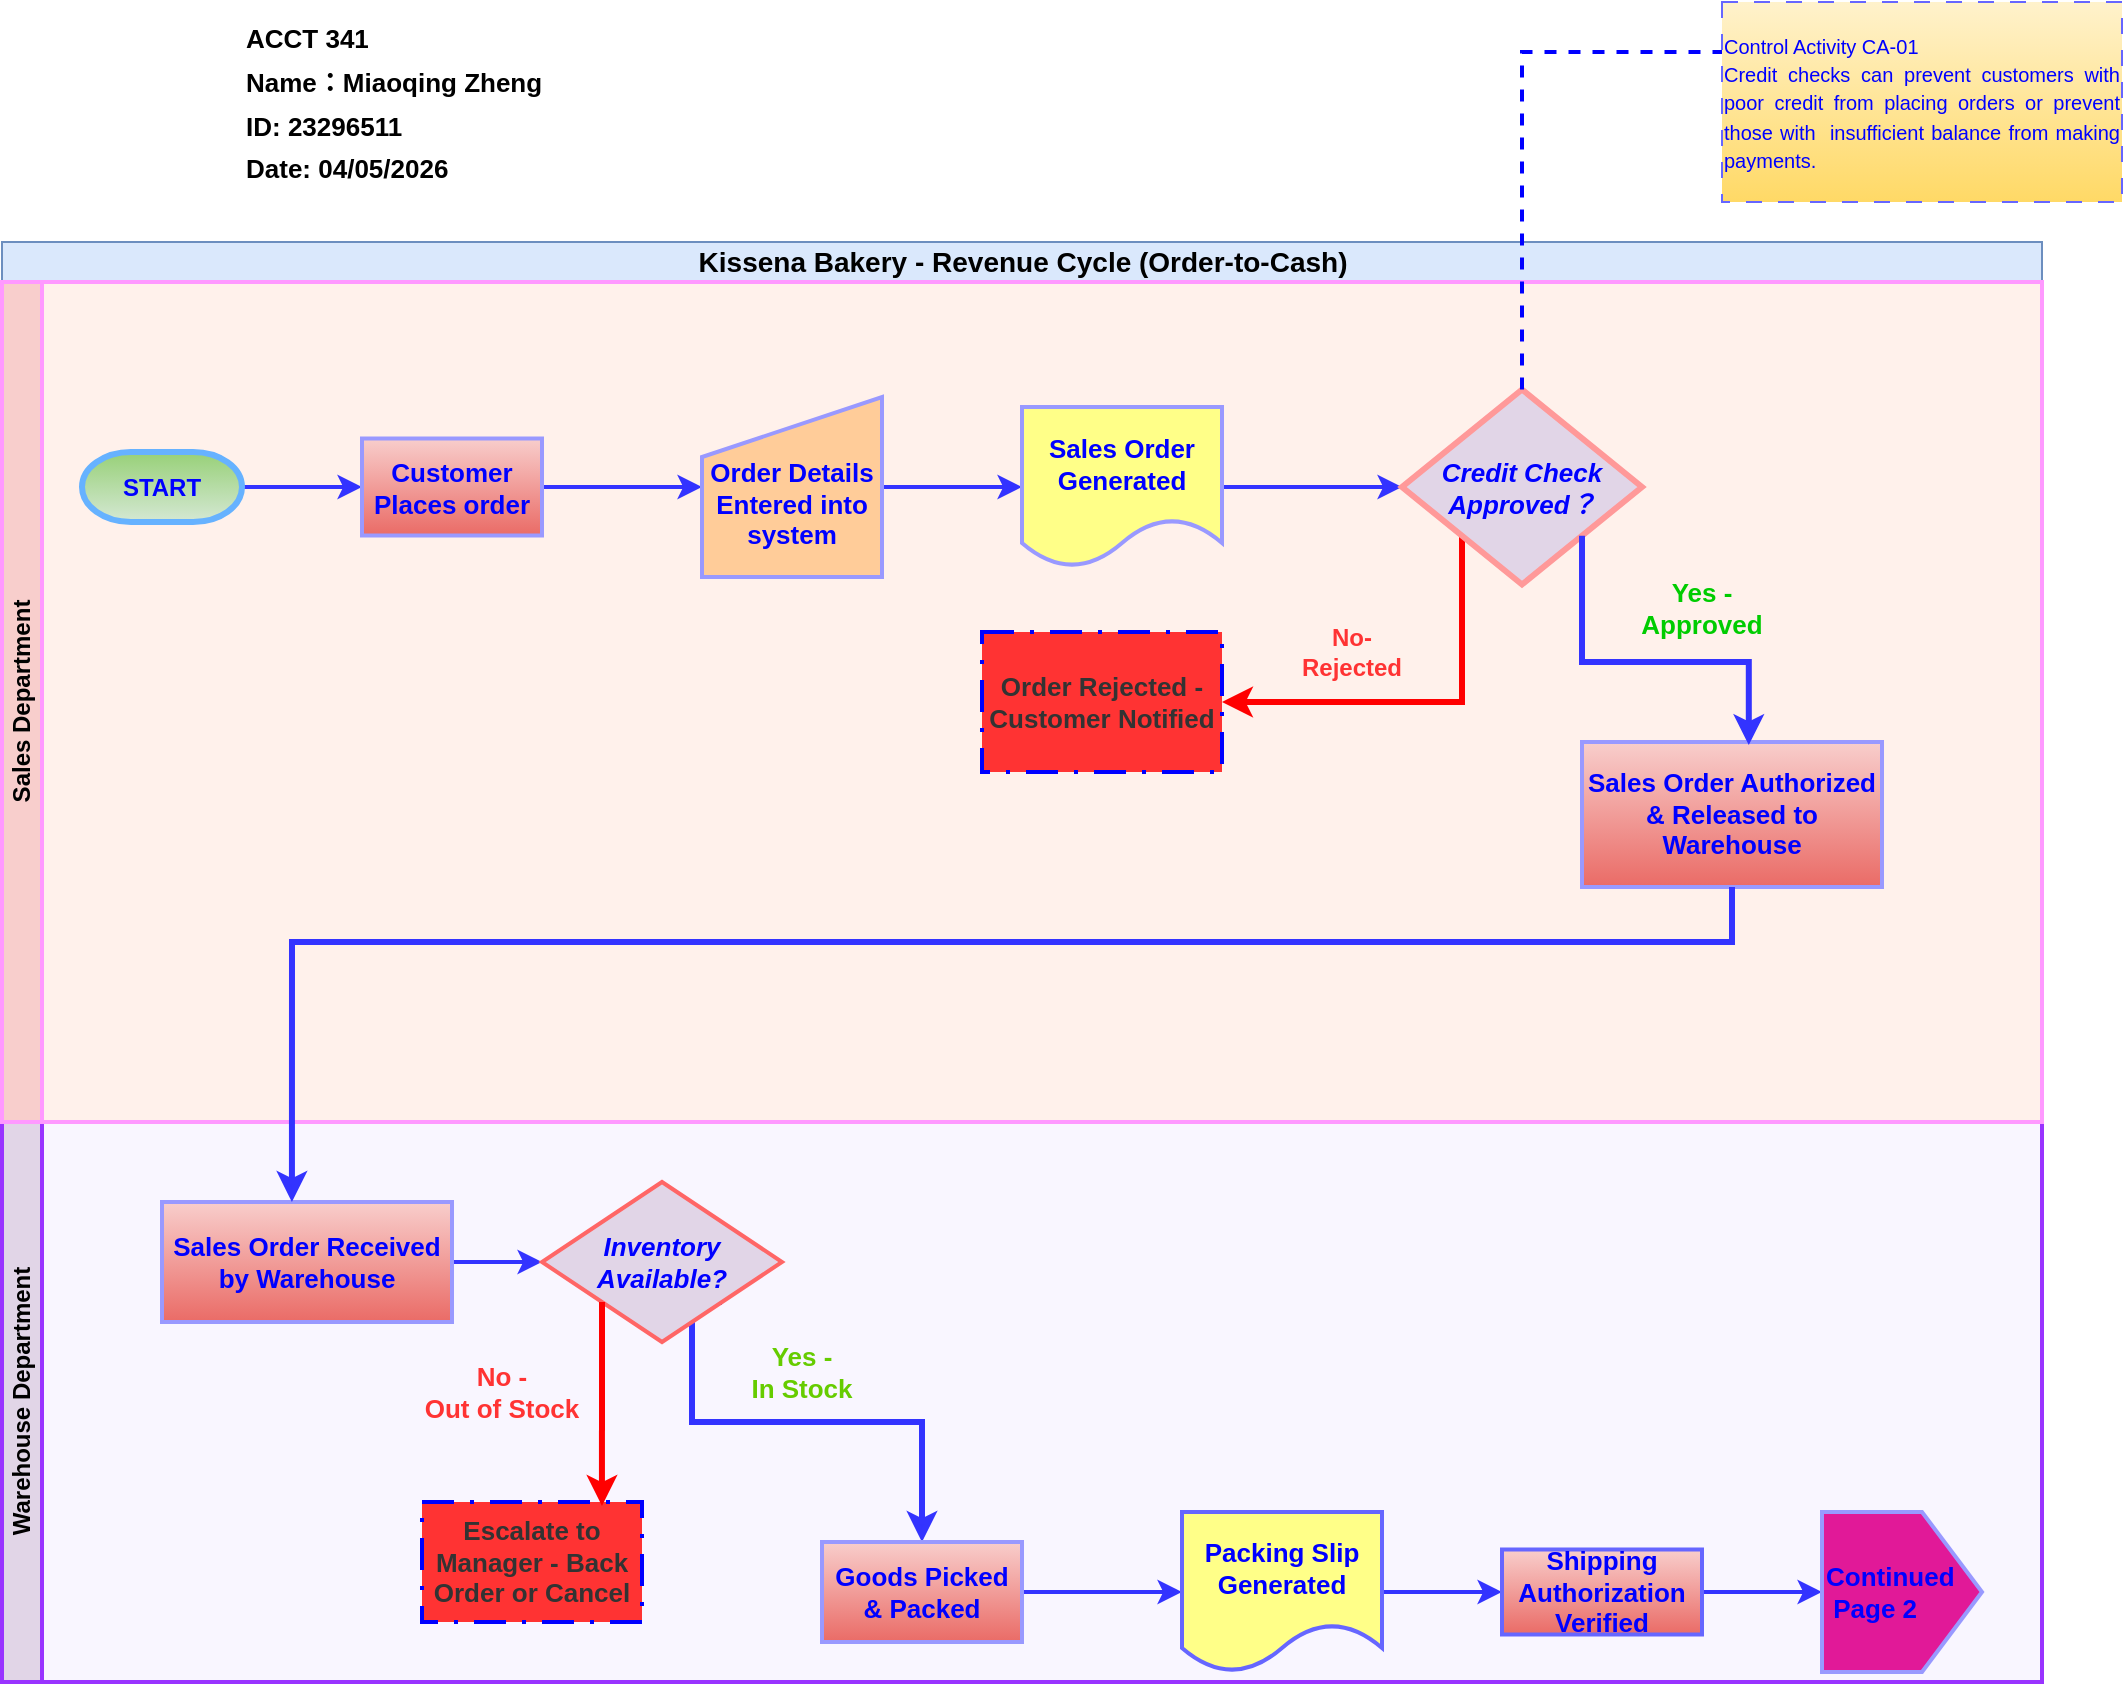
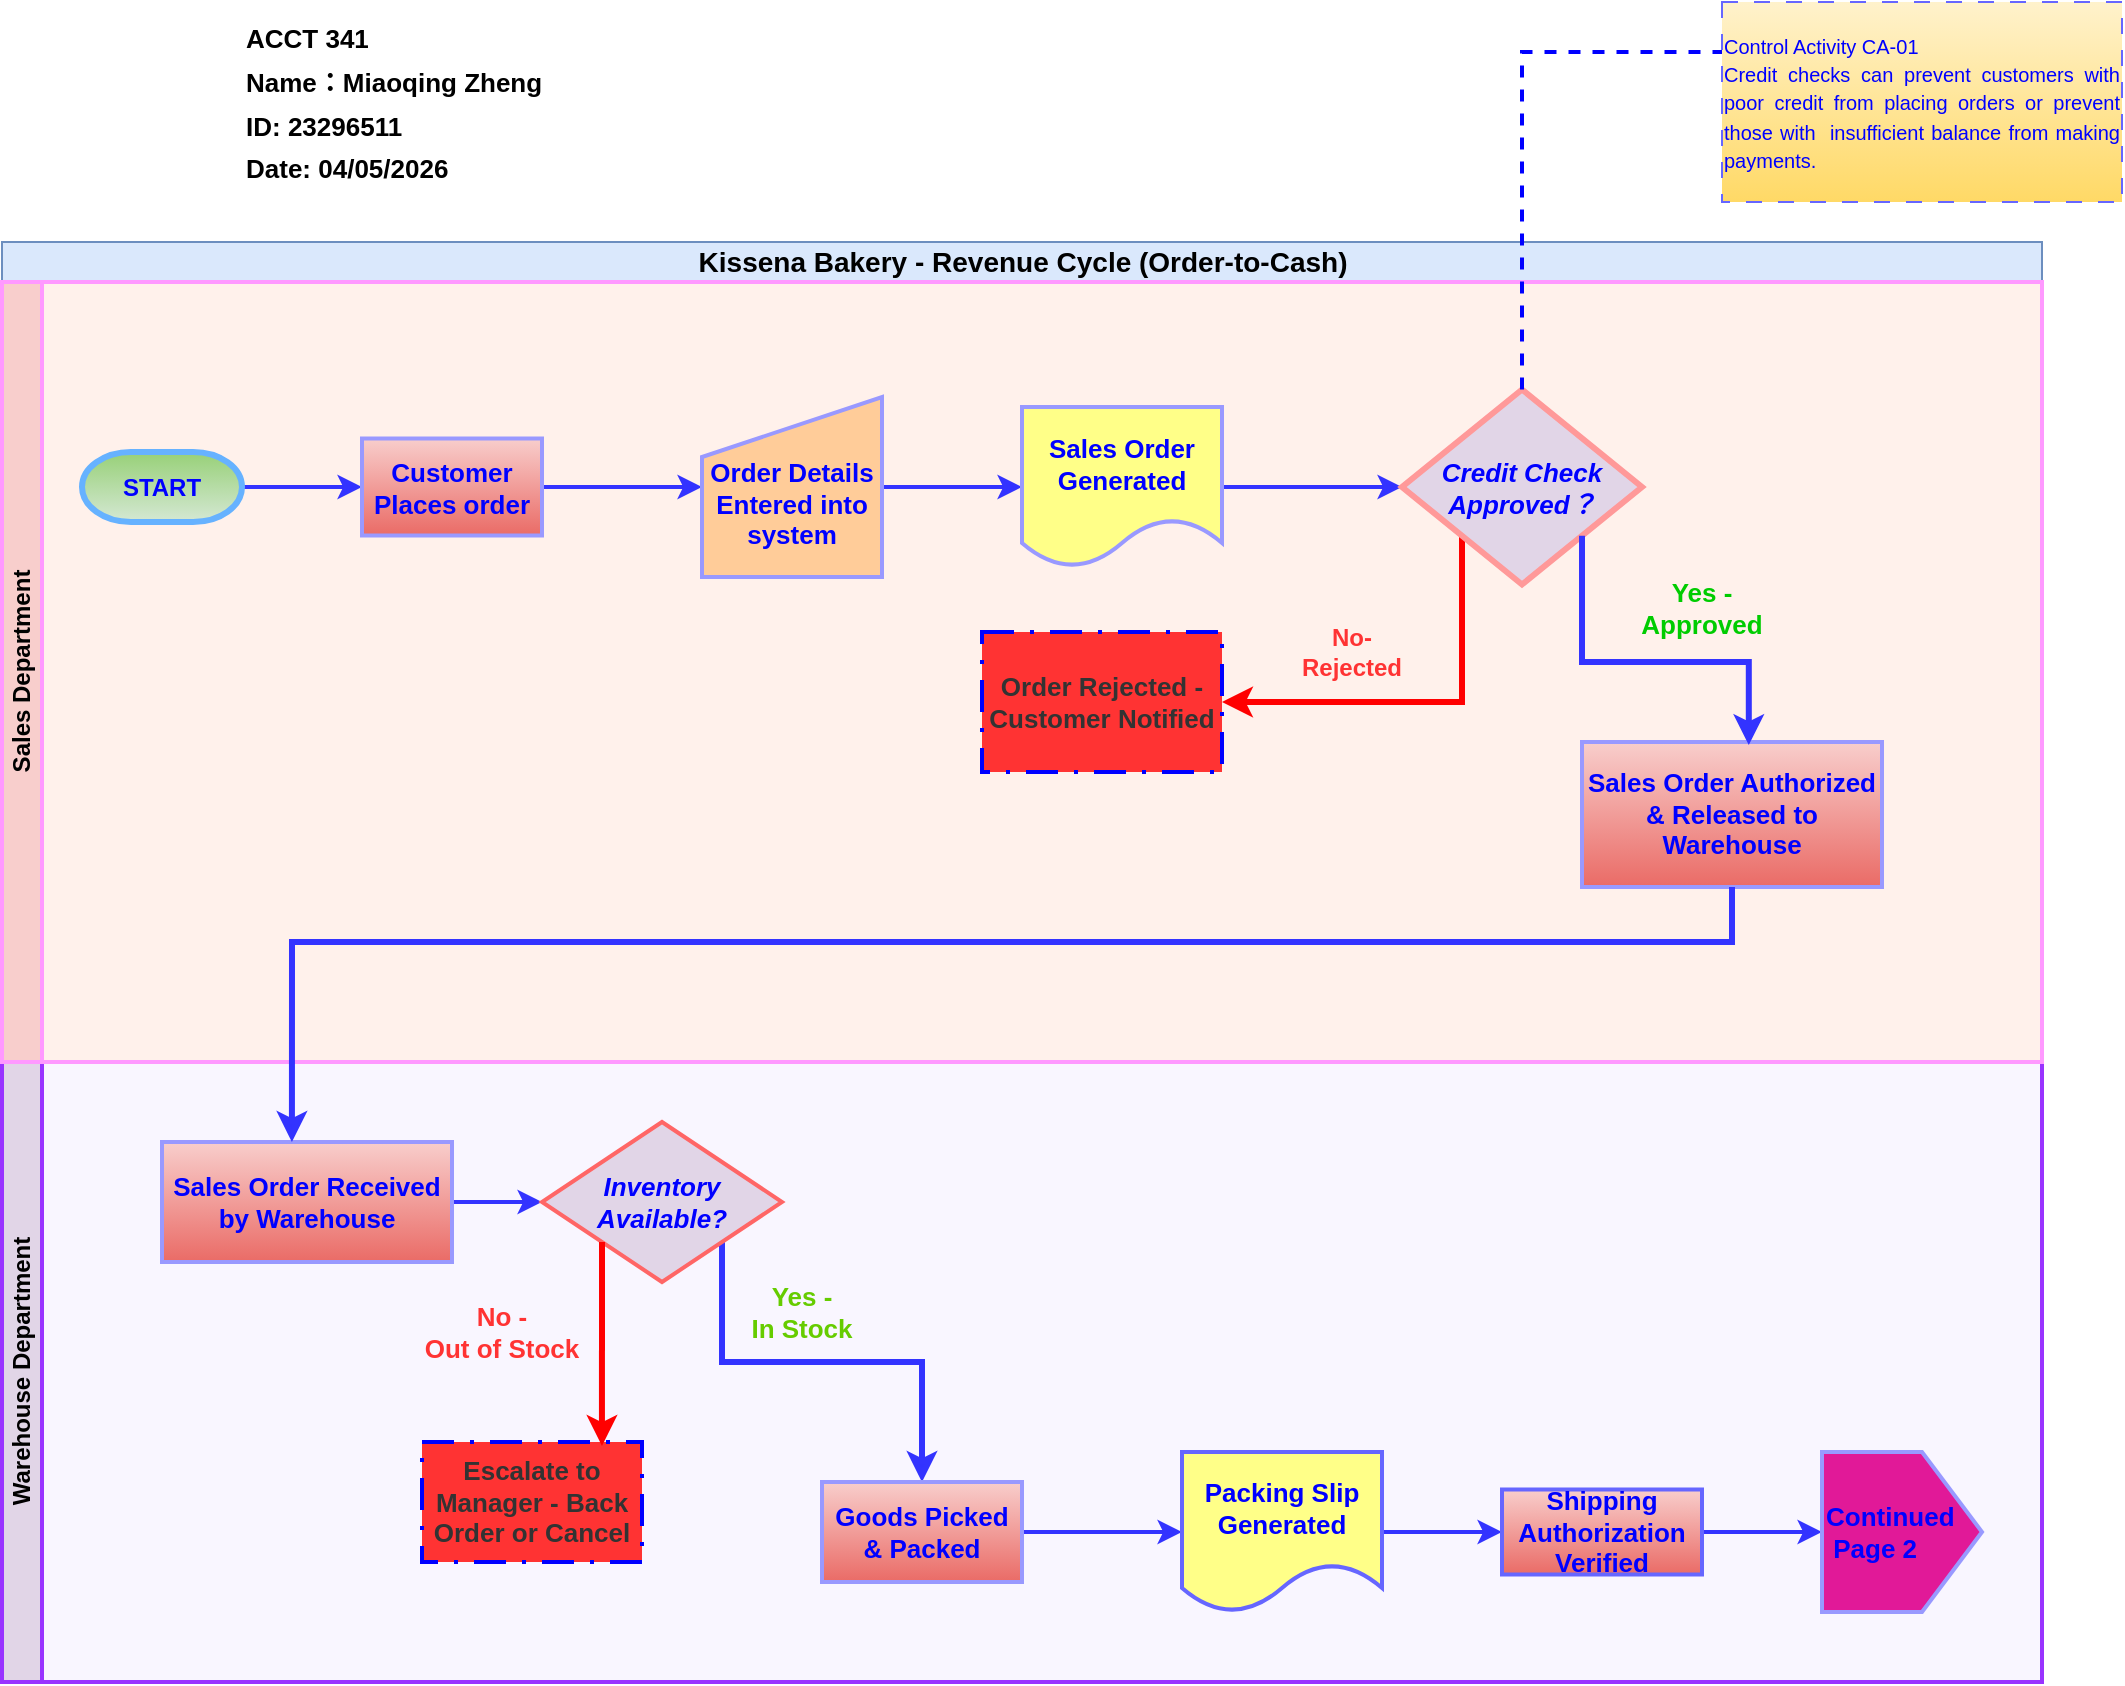
<mxfile host="app.diagrams.net" agent="Mozilla/5.0 (Windows NT 10.0; Win64; x64) AppleWebKit/537.36 (KHTML, like Gecko) Chrome/146.0.0.0 Safari/537.36" pages="2">
-   <diagram name="Page-1" id="klMabU_GDppZGB9yFFRy">
-     <mxGraphModel dx="2054" dy="743" grid="1" gridSize="10" guides="1" tooltips="1" connect="1" arrows="1" fold="1" page="1" pageScale="1" pageWidth="1100" pageHeight="850" math="0" shadow="0">
+   <diagram name="Page 1" id="klMabU_GDppZGB9yFFRy">
+     <mxGraphModel dx="1265" dy="860" grid="1" gridSize="10" guides="1" tooltips="1" connect="1" arrows="1" fold="1" page="1" pageScale="1" pageWidth="1100" pageHeight="850" math="0" shadow="0">
      <root>
        <mxCell id="0" />
        <mxCell id="1" parent="0" />
        <mxCell id="0vQu63eh7_hz7IOFjZfk-1" parent="1" style="swimlane;childLayout=stackLayout;resizeParent=1;resizeParentMax=0;horizontal=1;startSize=20;horizontalStack=0;html=1;fillColor=#dae8fc;strokeColor=#6c8ebf;" value="&lt;div style=&quot;text-align: start;&quot;&gt;&lt;font style=&quot;font-size: 14px;&quot;&gt;Kissena Bakery - Revenue Cycle (Order-to-Cash)&lt;/font&gt;&lt;/div&gt;" vertex="1">
          <mxGeometry height="20" width="1020" x="40" y="130" as="geometry" />
        </mxCell>
        <mxCell id="0YdZOAwKbOOHbmaocjk8-1" parent="1" style="text;html=1;whiteSpace=wrap;strokeColor=none;fillColor=none;align=left;verticalAlign=middle;rounded=0;fontSize=18;fontStyle=1" value="&lt;div&gt;&lt;font style=&quot;font-size: 13px;&quot;&gt;ACCT 341&lt;/font&gt;&lt;/div&gt;&lt;font style=&quot;font-size: 13px;&quot;&gt;Name：Miaoqing Zheng&lt;/font&gt;&lt;div&gt;&lt;font style=&quot;font-size: 13px;&quot;&gt;ID: 23296511&lt;/font&gt;&lt;/div&gt;&lt;div&gt;&lt;font style=&quot;font-size: 13px;&quot;&gt;Date: 04/05/2026&lt;/font&gt;&lt;/div&gt;" vertex="1">
          <mxGeometry height="60" width="329" x="160" y="30" as="geometry" />
        </mxCell>
        <mxCell id="0vQu63eh7_hz7IOFjZfk-3" parent="1" style="swimlane;startSize=20;horizontal=0;html=1;fillColor=#e1d5e7;strokeColor=#9933FF;strokeWidth=2;swimlaneFillColor=#F9F6FF;" value="Warehouse Department" vertex="1">
-           <mxGeometry height="280" width="1020" x="40" y="570" as="geometry" />
+           <mxGeometry height="310" width="1020" x="40" y="540" as="geometry" />
        </mxCell>
        <mxCell id="pGH0SQg9JUakCyH8bkGQ-32" edge="1" parent="0vQu63eh7_hz7IOFjZfk-3" source="0vQu63eh7_hz7IOFjZfk-73" style="edgeStyle=orthogonalEdgeStyle;rounded=0;orthogonalLoop=1;jettySize=auto;html=1;exitX=1;exitY=0.5;exitDx=0;exitDy=0;entryX=0;entryY=0.5;entryDx=0;entryDy=0;strokeColor=#3333FF;strokeWidth=2;" target="0vQu63eh7_hz7IOFjZfk-92">
          <mxGeometry relative="1" as="geometry" />
        </mxCell>
        <mxCell id="0vQu63eh7_hz7IOFjZfk-73" parent="0vQu63eh7_hz7IOFjZfk-3" style="html=1;dashed=0;whiteSpace=wrap;fillColor=#f8cecc;gradientColor=#ea6b66;strokeColor=#9999FF;strokeWidth=2;" value="&lt;font style=&quot;font-size: 13px; color: rgb(0, 0, 255);&quot;&gt;&lt;b&gt;Sales Order Received by Warehouse&lt;/b&gt;&lt;/font&gt;" vertex="1">
          <mxGeometry height="60" width="145" x="80" y="40" as="geometry" />
        </mxCell>
        <mxCell id="JjxT6XXtwAddX6sOskqe-8" edge="1" parent="0vQu63eh7_hz7IOFjZfk-3" source="0vQu63eh7_hz7IOFjZfk-92" style="edgeStyle=orthogonalEdgeStyle;rounded=0;orthogonalLoop=1;jettySize=auto;html=1;exitX=1;exitY=1;exitDx=0;exitDy=0;entryX=0.5;entryY=0;entryDx=0;entryDy=0;strokeColor=#3333FF;strokeWidth=3;" target="0vQu63eh7_hz7IOFjZfk-106">
          <mxGeometry relative="1" as="geometry">
            <Array as="points">
-               <mxPoint x="345" y="150" />
+               <mxPoint x="360" y="150" />
              <mxPoint x="460" y="150" />
            </Array>
          </mxGeometry>
        </mxCell>
        <mxCell id="0vQu63eh7_hz7IOFjZfk-92" parent="0vQu63eh7_hz7IOFjZfk-3" style="rhombus;whiteSpace=wrap;html=1;fillColor=#e1d5e7;strokeColor=light-dark(#FF6666,#FF3333);strokeWidth=2;" value="&lt;font style=&quot;font-size: 13px; color: rgb(0, 0, 255);&quot;&gt;&lt;b&gt;&lt;i&gt;Inventory Available?&lt;/i&gt;&lt;/b&gt;&lt;/font&gt;" vertex="1">
          <mxGeometry height="80" width="120" x="270" y="30" as="geometry" />
        </mxCell>
        <mxCell id="0vQu63eh7_hz7IOFjZfk-96" parent="0vQu63eh7_hz7IOFjZfk-3" style="html=1;dashed=1;whiteSpace=wrap;fillColor=#FF3333;strokeColor=#0000FF;fontColor=#ffffff;dashPattern=8 4 1 4;strokeWidth=2;" value="&lt;b&gt;&lt;font style=&quot;font-size: 13px; color: rgb(51, 51, 51);&quot;&gt;Escalate to Manager - Back Order or Cancel&lt;/font&gt;&lt;/b&gt;" vertex="1">
          <mxGeometry height="60" width="110" x="210" y="190" as="geometry" />
        </mxCell>
        <mxCell id="46-Umk2mzS9Czotzx1H9-6" edge="1" parent="0vQu63eh7_hz7IOFjZfk-3" source="0vQu63eh7_hz7IOFjZfk-106" style="edgeStyle=orthogonalEdgeStyle;rounded=0;orthogonalLoop=1;jettySize=auto;html=1;exitX=1;exitY=0.5;exitDx=0;exitDy=0;entryX=0;entryY=0.5;entryDx=0;entryDy=0;strokeColor=#3333FF;strokeWidth=2;" target="0vQu63eh7_hz7IOFjZfk-110">
          <mxGeometry relative="1" as="geometry" />
        </mxCell>
        <mxCell id="0vQu63eh7_hz7IOFjZfk-106" parent="0vQu63eh7_hz7IOFjZfk-3" style="html=1;dashed=0;whiteSpace=wrap;strokeWidth=2;fillColor=#f8cecc;gradientColor=#ea6b66;strokeColor=#9999FF;" value="&lt;font style=&quot;font-size: 13px; color: rgb(0, 0, 255);&quot;&gt;&lt;b&gt;Goods Picked &amp;amp; Packed&lt;/b&gt;&lt;/font&gt;" vertex="1">
          <mxGeometry height="50" width="100" x="410" y="210" as="geometry" />
        </mxCell>
        <mxCell id="46-Umk2mzS9Czotzx1H9-8" edge="1" parent="0vQu63eh7_hz7IOFjZfk-3" source="0vQu63eh7_hz7IOFjZfk-110" style="edgeStyle=orthogonalEdgeStyle;rounded=0;orthogonalLoop=1;jettySize=auto;html=1;exitX=1;exitY=0.5;exitDx=0;exitDy=0;entryX=0;entryY=0.5;entryDx=0;entryDy=0;strokeColor=#3333FF;strokeWidth=2;" target="0vQu63eh7_hz7IOFjZfk-112">
          <mxGeometry relative="1" as="geometry" />
        </mxCell>
        <mxCell id="0vQu63eh7_hz7IOFjZfk-110" parent="0vQu63eh7_hz7IOFjZfk-3" style="shape=document;whiteSpace=wrap;html=1;boundedLbl=1;strokeWidth=2;fillColor=#ffff88;strokeColor=#6666FF;" value="&lt;font style=&quot;font-size: 13px; color: rgb(0, 0, 255);&quot;&gt;&lt;b&gt;Packing Slip Generated&lt;/b&gt;&lt;/font&gt;" vertex="1">
          <mxGeometry height="80" width="100" x="590" y="195" as="geometry" />
        </mxCell>
        <mxCell id="G1smnQENkRiUrPdJOTDi-2" edge="1" parent="0vQu63eh7_hz7IOFjZfk-3" source="0vQu63eh7_hz7IOFjZfk-112" style="edgeStyle=orthogonalEdgeStyle;rounded=0;orthogonalLoop=1;jettySize=auto;html=1;exitX=1;exitY=0.5;exitDx=0;exitDy=0;entryX=0.5;entryY=0;entryDx=0;entryDy=0;strokeColor=#3333FF;strokeWidth=2;" target="G1smnQENkRiUrPdJOTDi-1">
          <mxGeometry relative="1" as="geometry" />
        </mxCell>
        <mxCell id="0vQu63eh7_hz7IOFjZfk-112" parent="0vQu63eh7_hz7IOFjZfk-3" style="html=1;dashed=0;whiteSpace=wrap;strokeColor=#6666FF;fillColor=#f8cecc;gradientColor=#ea6b66;fontStyle=1;strokeWidth=2;" value="&lt;font style=&quot;font-size: 13px; color: rgb(0, 0, 255);&quot;&gt;Shipping Authorization Verified&lt;/font&gt;" vertex="1">
          <mxGeometry height="42.5" width="100" x="750" y="213.75" as="geometry" />
        </mxCell>
        <mxCell id="0vQu63eh7_hz7IOFjZfk-98" parent="0vQu63eh7_hz7IOFjZfk-3" style="text;html=1;whiteSpace=wrap;strokeColor=none;fillColor=none;align=center;verticalAlign=middle;rounded=0;fontColor=#FF3333;" value="&lt;font style=&quot;font-size: 13px;&quot;&gt;&lt;b&gt;No - &lt;br&gt;Out of Stock&lt;/b&gt;&lt;/font&gt;" vertex="1">
          <mxGeometry height="30" width="80" x="210" y="120" as="geometry" />
        </mxCell>
        <mxCell id="G1smnQENkRiUrPdJOTDi-1" parent="0vQu63eh7_hz7IOFjZfk-3" style="shape=offPageConnector;whiteSpace=wrap;html=1;direction=north;strokeColor=#9999FF;fillColor=#E11998;align=left;strokeWidth=2;" value="&lt;b style=&quot;color: rgb(0, 0, 255); font-size: 13px; text-wrap-mode: nowrap;&quot;&gt;Continued&lt;br&gt;&amp;nbsp;Page 2&lt;/b&gt;" vertex="1">
          <mxGeometry height="80" width="80" x="910" y="195" as="geometry" />
        </mxCell>
        <mxCell id="46-Umk2mzS9Czotzx1H9-12" parent="0vQu63eh7_hz7IOFjZfk-3" style="text;html=1;whiteSpace=wrap;strokeColor=none;fillColor=none;align=center;verticalAlign=middle;rounded=0;" value="&lt;b style=&quot;color: rgb(102, 204, 0);&quot;&gt;&lt;font style=&quot;font-size: 13px;&quot;&gt;Yes -&lt;br&gt;In Stock&lt;/font&gt;&lt;/b&gt;" vertex="1">
          <mxGeometry height="30" width="80" x="360" y="110" as="geometry" />
        </mxCell>
        <mxCell id="JjxT6XXtwAddX6sOskqe-13" edge="1" parent="0vQu63eh7_hz7IOFjZfk-3" source="0vQu63eh7_hz7IOFjZfk-92" style="edgeStyle=orthogonalEdgeStyle;rounded=0;orthogonalLoop=1;jettySize=auto;html=1;exitX=0;exitY=1;exitDx=0;exitDy=0;entryX=0.818;entryY=0.033;entryDx=0;entryDy=0;entryPerimeter=0;strokeColor=#FF0000;strokeWidth=3;" target="0vQu63eh7_hz7IOFjZfk-96">
          <mxGeometry relative="1" as="geometry" />
        </mxCell>
        <mxCell id="0vQu63eh7_hz7IOFjZfk-2" parent="1" style="swimlane;startSize=20;horizontal=0;html=1;fillColor=#f8cecc;strokeColor=#FF99FF;strokeWidth=2;fillStyle=solid;swimlaneFillColor=#FFF1EB;" value="Sales Department" vertex="1">
-           <mxGeometry height="420" width="1020" x="40" y="150" as="geometry">
+           <mxGeometry height="390" width="1020" x="40" y="150" as="geometry">
            <mxRectangle height="30" width="610" y="20" as="alternateBounds" />
          </mxGeometry>
        </mxCell>
        <mxCell id="0vQu63eh7_hz7IOFjZfk-43" edge="1" parent="0vQu63eh7_hz7IOFjZfk-2" source="0vQu63eh7_hz7IOFjZfk-10" style="edgeStyle=orthogonalEdgeStyle;rounded=0;orthogonalLoop=1;jettySize=auto;html=1;exitX=0;exitY=0.5;exitDx=0;exitDy=0;exitPerimeter=0;entryX=0;entryY=0.5;entryDx=0;entryDy=0;strokeColor=#3333FF;strokeWidth=2;" target="0vQu63eh7_hz7IOFjZfk-15">
          <mxGeometry relative="1" as="geometry" />
        </mxCell>
        <mxCell id="0vQu63eh7_hz7IOFjZfk-10" parent="0vQu63eh7_hz7IOFjZfk-2" style="strokeWidth=3;html=1;shape=mxgraph.flowchart.terminator;whiteSpace=wrap;direction=west;fillColor=#d5e8d4;gradientColor=#97d077;strokeColor=#66B2FF;" value="&lt;b&gt;&lt;font style=&quot;color: rgb(0, 0, 255);&quot;&gt;START&lt;/font&gt;&lt;/b&gt;" vertex="1">
          <mxGeometry height="35" width="80" x="40" y="85" as="geometry" />
        </mxCell>
        <mxCell id="46-Umk2mzS9Czotzx1H9-2" edge="1" parent="0vQu63eh7_hz7IOFjZfk-2" source="0vQu63eh7_hz7IOFjZfk-15" style="edgeStyle=orthogonalEdgeStyle;rounded=0;orthogonalLoop=1;jettySize=auto;html=1;exitX=1;exitY=0.5;exitDx=0;exitDy=0;entryX=0;entryY=0.5;entryDx=0;entryDy=0;strokeColor=#3333FF;strokeWidth=2;" target="0vQu63eh7_hz7IOFjZfk-20">
          <mxGeometry relative="1" as="geometry" />
        </mxCell>
        <mxCell id="0vQu63eh7_hz7IOFjZfk-15" parent="0vQu63eh7_hz7IOFjZfk-2" style="html=1;dashed=0;whiteSpace=wrap;strokeWidth=2;fillColor=#f8cecc;strokeColor=#9999FF;gradientColor=#ea6b66;" value="&lt;font style=&quot;font-size: 13px; color: rgb(0, 0, 255);&quot;&gt;&lt;b style=&quot;&quot;&gt;Customer Places order&lt;/b&gt;&lt;/font&gt;" vertex="1">
          <mxGeometry height="48.5" width="90" x="180" y="78.25" as="geometry" />
        </mxCell>
        <mxCell id="46-Umk2mzS9Czotzx1H9-3" edge="1" parent="0vQu63eh7_hz7IOFjZfk-2" source="0vQu63eh7_hz7IOFjZfk-20" style="edgeStyle=orthogonalEdgeStyle;rounded=0;orthogonalLoop=1;jettySize=auto;html=1;exitX=1;exitY=0.5;exitDx=0;exitDy=0;entryX=0;entryY=0.5;entryDx=0;entryDy=0;strokeColor=#3333FF;strokeWidth=2;" target="0vQu63eh7_hz7IOFjZfk-30">
          <mxGeometry relative="1" as="geometry" />
        </mxCell>
        <mxCell id="0vQu63eh7_hz7IOFjZfk-20" parent="0vQu63eh7_hz7IOFjZfk-2" style="shape=manualInput;whiteSpace=wrap;html=1;align=center;fillColor=#ffcc99;strokeColor=#9999FF;strokeWidth=2;" value="&lt;div style=&quot;&quot;&gt;&lt;span style=&quot;background-color: transparent;&quot;&gt;&lt;b style=&quot;&quot;&gt;&lt;font style=&quot;font-size: 13px; color: rgb(0, 0, 255);&quot;&gt;&lt;br&gt;&lt;/font&gt;&lt;/b&gt;&lt;/span&gt;&lt;/div&gt;&lt;div style=&quot;&quot;&gt;&lt;span style=&quot;background-color: transparent;&quot;&gt;&lt;b style=&quot;&quot;&gt;&lt;font style=&quot;font-size: 13px; color: rgb(0, 0, 255);&quot;&gt;Order Details Entered into system&lt;/font&gt;&lt;/b&gt;&lt;/span&gt;&lt;/div&gt;" vertex="1">
          <mxGeometry height="90" width="90" x="350" y="57.5" as="geometry" />
        </mxCell>
        <mxCell id="0vQu63eh7_hz7IOFjZfk-35" edge="1" parent="0vQu63eh7_hz7IOFjZfk-2" style="edgeStyle=orthogonalEdgeStyle;rounded=0;orthogonalLoop=1;jettySize=auto;html=1;exitX=0;exitY=0.5;exitDx=0;exitDy=0;">
          <mxGeometry relative="1" as="geometry">
            <mxPoint x="410" y="105" as="sourcePoint" />
            <mxPoint x="410" y="105" as="targetPoint" />
          </mxGeometry>
        </mxCell>
        <mxCell id="46-Umk2mzS9Czotzx1H9-4" edge="1" parent="0vQu63eh7_hz7IOFjZfk-2" source="0vQu63eh7_hz7IOFjZfk-30" style="edgeStyle=orthogonalEdgeStyle;rounded=0;orthogonalLoop=1;jettySize=auto;html=1;exitX=1;exitY=0.5;exitDx=0;exitDy=0;entryX=0;entryY=0.5;entryDx=0;entryDy=0;strokeColor=#3333FF;strokeWidth=2;" target="0vQu63eh7_hz7IOFjZfk-34">
          <mxGeometry relative="1" as="geometry" />
        </mxCell>
        <mxCell id="0vQu63eh7_hz7IOFjZfk-30" parent="0vQu63eh7_hz7IOFjZfk-2" style="shape=document;whiteSpace=wrap;html=1;boundedLbl=1;strokeWidth=2;fillColor=#ffff88;strokeColor=#9999FF;" value="&lt;font style=&quot;font-size: 13px; color: rgb(0, 0, 255);&quot;&gt;&lt;b&gt;Sales Order Generated&lt;/b&gt;&lt;/font&gt;" vertex="1">
          <mxGeometry height="80" width="100" x="510" y="62.5" as="geometry" />
        </mxCell>
        <mxCell id="JjxT6XXtwAddX6sOskqe-11" edge="1" parent="0vQu63eh7_hz7IOFjZfk-2" source="0vQu63eh7_hz7IOFjZfk-34" style="edgeStyle=orthogonalEdgeStyle;rounded=0;orthogonalLoop=1;jettySize=auto;html=1;exitX=0;exitY=1;exitDx=0;exitDy=0;entryX=1;entryY=0.5;entryDx=0;entryDy=0;strokeColor=#FF0000;strokeWidth=3;" target="0vQu63eh7_hz7IOFjZfk-65">
          <mxGeometry relative="1" as="geometry">
            <Array as="points">
              <mxPoint x="730" y="210" />
            </Array>
          </mxGeometry>
        </mxCell>
        <mxCell id="0vQu63eh7_hz7IOFjZfk-34" parent="0vQu63eh7_hz7IOFjZfk-2" style="rhombus;whiteSpace=wrap;html=1;fillColor=#e1d5e7;strokeColor=#FF9999;strokeWidth=3;" value="&lt;font style=&quot;font-size: 13px; color: rgb(0, 0, 255);&quot;&gt;&lt;b&gt;&lt;i&gt;Credit Check Approved？&lt;/i&gt;&lt;/b&gt;&lt;/font&gt;" vertex="1">
          <mxGeometry height="97.5" width="120" x="700" y="53.75" as="geometry" />
        </mxCell>
        <mxCell id="0vQu63eh7_hz7IOFjZfk-60" parent="0vQu63eh7_hz7IOFjZfk-2" style="text;html=1;whiteSpace=wrap;strokeColor=none;fillColor=none;align=center;verticalAlign=middle;rounded=0;fontColor=#00CC00;" value="&lt;font style=&quot;font-size: 13px;&quot;&gt;&lt;b style=&quot;&quot;&gt;Yes - Approved&lt;/b&gt;&lt;/font&gt;" vertex="1">
          <mxGeometry height="30" width="80" x="810" y="147.5" as="geometry" />
        </mxCell>
        <mxCell id="0vQu63eh7_hz7IOFjZfk-65" parent="0vQu63eh7_hz7IOFjZfk-2" style="html=1;dashed=1;whiteSpace=wrap;strokeWidth=2;fillColor=light-dark(#FF3333,#FF3333);strokeColor=#0000FF;fontColor=#ffffff;fontStyle=1;dashPattern=8 4 1 4;" value="&lt;font style=&quot;font-size: 13px; color: rgb(51, 51, 51);&quot;&gt;Order Rejected - Customer Notified&lt;/font&gt;" vertex="1">
          <mxGeometry height="70" width="120" x="490" y="175" as="geometry" />
        </mxCell>
        <mxCell id="0vQu63eh7_hz7IOFjZfk-67" parent="0vQu63eh7_hz7IOFjZfk-2" style="html=1;dashed=0;whiteSpace=wrap;fillColor=#f8cecc;gradientColor=#ea6b66;strokeColor=#9999FF;strokeWidth=2;" value="&lt;font style=&quot;font-size: 13px; color: rgb(0, 0, 255);&quot;&gt;&lt;b&gt;Sales Order Authorized &amp;amp; Released to Warehouse&lt;/b&gt;&lt;/font&gt;" vertex="1">
          <mxGeometry height="72.5" width="150" x="790" y="230" as="geometry" />
        </mxCell>
        <mxCell id="DywWvH4VDf4e1SjyT3sU-3" parent="0vQu63eh7_hz7IOFjZfk-2" style="text;html=1;whiteSpace=wrap;strokeColor=none;fillColor=none;align=center;verticalAlign=middle;rounded=0;fontSize=12;fontStyle=1;fontColor=#FF3333;" value="&lt;span&gt;&lt;font style=&quot;&quot;&gt;No-Rejected&lt;/font&gt;&lt;/span&gt;" vertex="1">
          <mxGeometry height="30" width="70" x="640" y="170" as="geometry" />
        </mxCell>
        <mxCell id="JjxT6XXtwAddX6sOskqe-5" edge="1" parent="0vQu63eh7_hz7IOFjZfk-2" source="0vQu63eh7_hz7IOFjZfk-34" style="edgeStyle=orthogonalEdgeStyle;rounded=0;orthogonalLoop=1;jettySize=auto;html=1;exitX=1;exitY=1;exitDx=0;exitDy=0;entryX=0.556;entryY=0.021;entryDx=0;entryDy=0;entryPerimeter=0;strokeColor=#3333FF;strokeWidth=3;" target="0vQu63eh7_hz7IOFjZfk-67">
          <mxGeometry relative="1" as="geometry">
            <Array as="points">
              <mxPoint x="790" y="190" />
              <mxPoint x="873" y="190" />
            </Array>
          </mxGeometry>
        </mxCell>
        <mxCell id="0vQu63eh7_hz7IOFjZfk-86" edge="1" parent="1" source="0vQu63eh7_hz7IOFjZfk-67" style="edgeStyle=orthogonalEdgeStyle;rounded=0;orthogonalLoop=1;jettySize=auto;html=1;exitX=0.5;exitY=1;exitDx=0;exitDy=0;entryX=0.448;entryY=0;entryDx=0;entryDy=0;entryPerimeter=0;fontColor=#0000CC;strokeColor=#3333FF;strokeWidth=3;" target="0vQu63eh7_hz7IOFjZfk-73">
          <mxGeometry relative="1" as="geometry">
            <Array as="points">
              <mxPoint x="905" y="480" />
              <mxPoint x="185" y="480" />
            </Array>
          </mxGeometry>
        </mxCell>
        <mxCell id="pGH0SQg9JUakCyH8bkGQ-23" parent="1" style="html=1;dashed=1;whiteSpace=wrap;dashPattern=8 8;fillColor=#fff2cc;gradientColor=#ffd966;strokeColor=light-dark(#6666FF,#6D5100);strokeWidth=1;" value="&lt;div style=&quot;text-align: justify;&quot;&gt;&lt;span style=&quot;font-size: 10px; background-color: transparent;&quot;&gt;&lt;font style=&quot;color: rgb(0, 0, 255);&quot;&gt;Control Activity&amp;nbsp;CA-01&lt;/font&gt;&lt;/span&gt;&lt;/div&gt;&lt;font style=&quot;color: rgb(0, 0, 255);&quot;&gt;&lt;div style=&quot;text-align: justify;&quot;&gt;&lt;span style=&quot;font-size: 10px; background-color: transparent;&quot;&gt;Credit checks can prevent customers with poor credit from placing orders or prevent those with&amp;nbsp; insufficient balance from making payments.&lt;/span&gt;&lt;/div&gt;&lt;/font&gt;" vertex="1">
          <mxGeometry height="100" width="200" x="900" y="10" as="geometry" />
        </mxCell>
        <mxCell id="pGH0SQg9JUakCyH8bkGQ-28" edge="1" parent="1" source="0vQu63eh7_hz7IOFjZfk-34" style="edgeStyle=orthogonalEdgeStyle;rounded=0;orthogonalLoop=1;jettySize=auto;html=1;exitX=0.5;exitY=0;exitDx=0;exitDy=0;entryX=0;entryY=0.25;entryDx=0;entryDy=0;endArrow=none;endFill=0;dashed=1;strokeWidth=2;strokeColor=#0000FF;" target="pGH0SQg9JUakCyH8bkGQ-23">
          <mxGeometry relative="1" as="geometry">
            <Array as="points">
              <mxPoint x="800" y="35" />
            </Array>
          </mxGeometry>
        </mxCell>
      </root>
    </mxGraphModel>
  </diagram>
-   <diagram id="ZDdy4ylPSpOC2Ge6VpiW" name="Page-2">
-     <mxGraphModel dx="2054" dy="743" grid="1" gridSize="10" guides="1" tooltips="1" connect="1" arrows="1" fold="1" page="1" pageScale="1" pageWidth="1100" pageHeight="850" math="0" shadow="0">
+   <diagram id="ZDdy4ylPSpOC2Ge6VpiW" name="Page 2">
+     <mxGraphModel dx="1075" dy="731" grid="1" gridSize="10" guides="1" tooltips="1" connect="1" arrows="1" fold="1" page="1" pageScale="1" pageWidth="1100" pageHeight="850" math="0" shadow="0">
      <root>
        <mxCell id="0" />
        <mxCell id="1" parent="0" />
        <mxCell id="_GW_QHAqRueJzuYdTQVs-1" parent="1" style="swimlane;startSize=20;horizontal=0;html=1;fillColor=#E1D5E7;strokeColor=#9933FF;strokeWidth=2;swimlaneFillColor=#F9F6FF;" value="Warehouse Department" vertex="1">
          <mxGeometry height="270" width="1020" x="40" y="155" as="geometry" />
        </mxCell>
        <mxCell id="JTW380UVqBL9k5zzlviH-1" parent="_GW_QHAqRueJzuYdTQVs-1" style="html=1;dashed=0;whiteSpace=wrap;fillColor=#f8cecc;gradientColor=#ea6b66;strokeColor=#9999FF;strokeWidth=2;" value="&lt;font style=&quot;font-size: 13px; color: rgb(0, 0, 255);&quot;&gt;&lt;b&gt;Goods Dispatched to Customer&lt;/b&gt;&lt;/font&gt;" vertex="1">
          <mxGeometry height="50" width="100" x="220" y="75" as="geometry" />
        </mxCell>
        <mxCell id="Y0x97Svv89Kf0asxUhHi-3" edge="1" parent="_GW_QHAqRueJzuYdTQVs-1" source="Y0x97Svv89Kf0asxUhHi-1" style="edgeStyle=orthogonalEdgeStyle;rounded=0;orthogonalLoop=1;jettySize=auto;html=1;exitX=0.5;exitY=1;exitDx=0;exitDy=0;entryX=0;entryY=0.5;entryDx=0;entryDy=0;strokeWidth=2;strokeColor=#0000FF;" target="JTW380UVqBL9k5zzlviH-1">
          <mxGeometry relative="1" as="geometry" />
        </mxCell>
        <mxCell id="Y0x97Svv89Kf0asxUhHi-1" parent="_GW_QHAqRueJzuYdTQVs-1" style="shape=offPageConnector;whiteSpace=wrap;html=1;direction=north;strokeColor=#9999FF;fillColor=#E11998;align=left;strokeWidth=2;" value="&lt;b style=&quot;color: rgb(0, 0, 255); font-size: 13px; text-wrap-mode: nowrap;&quot;&gt;Continued&lt;br&gt;&amp;nbsp;Page 2&lt;/b&gt;" vertex="1">
          <mxGeometry height="80" width="80" x="70" y="60" as="geometry" />
        </mxCell>
        <mxCell id="VSqCA1LAcqbEIX1a-AIG-1" parent="1" style="swimlane;startSize=20;horizontal=0;html=1;whiteSpace=wrap;fillColor=#ffcc99;strokeColor=#FF9933;strokeWidth=2;swimlaneFillColor=#FFFEDF;" value="&lt;span style=&quot;text-wrap-mode: nowrap;&quot;&gt;Billing /&lt;/span&gt;&lt;br style=&quot;text-wrap-mode: nowrap;&quot;&gt;&lt;span style=&quot;text-wrap-mode: nowrap;&quot;&gt;Accounts Receivable&lt;/span&gt;" vertex="1">
          <mxGeometry height="220" width="1020" x="40" y="425" as="geometry" />
        </mxCell>
        <mxCell id="P3YaCky24gQnAikYR2Y3-1" edge="1" parent="VSqCA1LAcqbEIX1a-AIG-1" source="2IOCe_ZcG10jMQKezpJ2-1" style="edgeStyle=orthogonalEdgeStyle;rounded=1;orthogonalLoop=1;jettySize=auto;html=1;exitX=0.5;exitY=1;exitDx=0;exitDy=0;entryX=0;entryY=0.5;entryDx=0;entryDy=0;strokeColor=#0000FF;strokeWidth=2;" target="2IOCe_ZcG10jMQKezpJ2-2">
          <mxGeometry relative="1" as="geometry" />
        </mxCell>
        <mxCell id="2IOCe_ZcG10jMQKezpJ2-1" parent="VSqCA1LAcqbEIX1a-AIG-1" style="html=1;dashed=0;whiteSpace=wrap;strokeWidth=2;fillColor=#f8cecc;gradientColor=#ea6b66;strokeColor=#9999FF;" value="&lt;b&gt;&lt;font style=&quot;font-size: 13px; color: rgb(0, 0, 255);&quot;&gt;Dispatch Confirmation Received&lt;/font&gt;&lt;/b&gt;" vertex="1">
          <mxGeometry height="50" width="100" x="50" y="50" as="geometry" />
        </mxCell>
        <mxCell id="2IOCe_ZcG10jMQKezpJ2-2" parent="VSqCA1LAcqbEIX1a-AIG-1" style="shape=document;whiteSpace=wrap;html=1;boundedLbl=1;fillColor=#ffff88;strokeColor=#9999FF;strokeWidth=2;" value="&lt;font style=&quot;font-size: 13px; color: rgb(0, 0, 255);&quot;&gt;&lt;b&gt;Invoice Generated &amp;amp; Sent to Customer&lt;/b&gt;&lt;/font&gt;" vertex="1">
-           <mxGeometry height="80" width="120" x="200" y="110" as="geometry" />
+           <mxGeometry height="80" width="120" x="180" y="110" as="geometry" />
        </mxCell>
        <mxCell id="KsxiR5SY5I83CpnIQ7mC-6" edge="1" parent="VSqCA1LAcqbEIX1a-AIG-1" source="dAGMuh-EUK1Y8pTE6-PC-2" style="edgeStyle=orthogonalEdgeStyle;rounded=0;orthogonalLoop=1;jettySize=auto;html=1;exitX=1;exitY=0.5;exitDx=0;exitDy=0;entryX=0;entryY=0.5;entryDx=0;entryDy=0;strokeColor=#0000FF;strokeWidth=2;" target="dAGMuh-EUK1Y8pTE6-PC-4">
          <mxGeometry relative="1" as="geometry" />
        </mxCell>
        <mxCell id="dAGMuh-EUK1Y8pTE6-PC-2" parent="VSqCA1LAcqbEIX1a-AIG-1" style="html=1;dashed=0;whiteSpace=wrap;strokeWidth=2;fillColor=#f8cecc;gradientColor=#ea6b66;strokeColor=#9999FF;" value="&lt;b&gt;&lt;font style=&quot;font-size: 13px; color: rgb(0, 0, 255);&quot;&gt;Payment Received from Customer&lt;/font&gt;&lt;/b&gt;" vertex="1">
-           <mxGeometry height="50" width="110" x="400" y="127.5" as="geometry" />
+           <mxGeometry height="50" width="110" x="370" y="127.5" as="geometry" />
        </mxCell>
        <mxCell id="KsxiR5SY5I83CpnIQ7mC-8" edge="1" parent="VSqCA1LAcqbEIX1a-AIG-1" source="dAGMuh-EUK1Y8pTE6-PC-4" style="edgeStyle=orthogonalEdgeStyle;rounded=0;orthogonalLoop=1;jettySize=auto;html=1;exitX=1;exitY=0.5;exitDx=0;exitDy=0;entryX=0;entryY=0.5;entryDx=0;entryDy=0;strokeColor=#0000FF;strokeWidth=2;" target="dAGMuh-EUK1Y8pTE6-PC-6">
          <mxGeometry relative="1" as="geometry" />
        </mxCell>
        <mxCell id="dAGMuh-EUK1Y8pTE6-PC-4" parent="VSqCA1LAcqbEIX1a-AIG-1" style="shape=document;whiteSpace=wrap;html=1;boundedLbl=1;fillColor=#ffff88;strokeColor=#9999FF;strokeWidth=2;" value="&lt;font style=&quot;font-size: 13px; color: rgb(0, 0, 255);&quot;&gt;&lt;b&gt;Remittance Advice Recorded&lt;/b&gt;&lt;/font&gt;" vertex="1">
          <mxGeometry height="75" width="110" x="590" y="115" as="geometry" />
        </mxCell>
        <mxCell id="dAGMuh-EUK1Y8pTE6-PC-6" parent="VSqCA1LAcqbEIX1a-AIG-1" style="html=1;dashed=0;whiteSpace=wrap;strokeWidth=2;fillColor=#f8cecc;gradientColor=#ea6b66;strokeColor=#9999FF;" value="&lt;b&gt;&lt;font style=&quot;font-size: 13px; color: rgb(0, 0, 255);&quot;&gt;Cash Posted to Accounts Receivable&lt;/font&gt;&lt;/b&gt;" vertex="1">
          <mxGeometry height="50" width="110" x="760" y="127.5" as="geometry" />
        </mxCell>
        <mxCell id="dAGMuh-EUK1Y8pTE6-PC-8" parent="VSqCA1LAcqbEIX1a-AIG-1" style="strokeWidth=3;html=1;shape=mxgraph.flowchart.terminator;whiteSpace=wrap;fillColor=#66FF66;gradientColor=#97d077;strokeColor=#66B2FF;" value="&lt;font style=&quot;font-size: 13px; color: rgb(0, 0, 255);&quot;&gt;&lt;b&gt;END&lt;/b&gt;&lt;/font&gt;" vertex="1">
          <mxGeometry height="45" width="90" x="920" y="127.5" as="geometry" />
        </mxCell>
        <mxCell id="uHHicwT-v_B4AunEQLIp-2" edge="1" parent="VSqCA1LAcqbEIX1a-AIG-1" source="dAGMuh-EUK1Y8pTE6-PC-6" style="edgeStyle=orthogonalEdgeStyle;rounded=0;orthogonalLoop=1;jettySize=auto;html=1;exitX=1;exitY=0.5;exitDx=0;exitDy=0;entryX=0.111;entryY=0.556;entryDx=0;entryDy=0;entryPerimeter=0;strokeWidth=2;strokeColor=#0000FF;" target="dAGMuh-EUK1Y8pTE6-PC-8">
          <mxGeometry relative="1" as="geometry" />
        </mxCell>
        <mxCell id="P3YaCky24gQnAikYR2Y3-3" edge="1" parent="VSqCA1LAcqbEIX1a-AIG-1" source="2IOCe_ZcG10jMQKezpJ2-2" style="edgeStyle=orthogonalEdgeStyle;rounded=1;orthogonalLoop=1;jettySize=auto;html=1;exitX=1;exitY=0.5;exitDx=0;exitDy=0;entryX=0.091;entryY=0.441;entryDx=0;entryDy=0;entryPerimeter=0;strokeColor=#0000FF;strokeWidth=2;" target="dAGMuh-EUK1Y8pTE6-PC-2">
          <mxGeometry relative="1" as="geometry" />
+         </mxCell>
+         <mxCell id="Oa-XKvtrxW7EkG24Ys6A-1" parent="VSqCA1LAcqbEIX1a-AIG-1" style="text;html=1;whiteSpace=wrap;strokeColor=none;fillColor=none;align=center;verticalAlign=middle;rounded=0;" value="&lt;font style=&quot;color: rgb(255, 128, 0);&quot;&gt;Customer&lt;br&gt;Remits Payment&lt;/font&gt;" vertex="1">
+           <mxGeometry height="30" width="60" x="500" y="115" as="geometry" />
        </mxCell>
        <mxCell id="dAGMuh-EUK1Y8pTE6-PC-10" edge="1" parent="1" source="JTW380UVqBL9k5zzlviH-1" style="edgeStyle=orthogonalEdgeStyle;rounded=0;orthogonalLoop=1;jettySize=auto;html=1;exitX=0.5;exitY=1;exitDx=0;exitDy=0;entryX=0.5;entryY=0;entryDx=0;entryDy=0;strokeColor=#0000FF;strokeWidth=3;" target="2IOCe_ZcG10jMQKezpJ2-1">
          <mxGeometry relative="1" as="geometry" />
        </mxCell>
        <mxCell id="Vm9v1WHijWWdkQHgRR_g-1" parent="1" style="text;html=1;whiteSpace=wrap;strokeColor=none;fillColor=none;align=center;verticalAlign=middle;rounded=0;" value="&lt;div style=&quot;font-weight: 700; text-align: left;&quot;&gt;&lt;font style=&quot;font-size: 13px;&quot;&gt;ACCT 341&lt;/font&gt;&lt;/div&gt;&lt;span style=&quot;font-weight: 700; text-align: left;&quot;&gt;&lt;font style=&quot;font-size: 13px;&quot;&gt;Name：Miaoqing Zheng&lt;/font&gt;&lt;/span&gt;&lt;div style=&quot;font-weight: 700; text-align: left;&quot;&gt;&lt;font style=&quot;font-size: 13px;&quot;&gt;ID: 23296511&lt;/font&gt;&lt;/div&gt;&lt;div style=&quot;font-weight: 700; text-align: left;&quot;&gt;&lt;font style=&quot;font-size: 13px;&quot;&gt;Date：04/05/2026&lt;/font&gt;&lt;/div&gt;" vertex="1">
          <mxGeometry height="30" width="220" x="130" y="80" as="geometry" />
        </mxCell>
      </root>
    </mxGraphModel>
  </diagram>
</mxfile>
